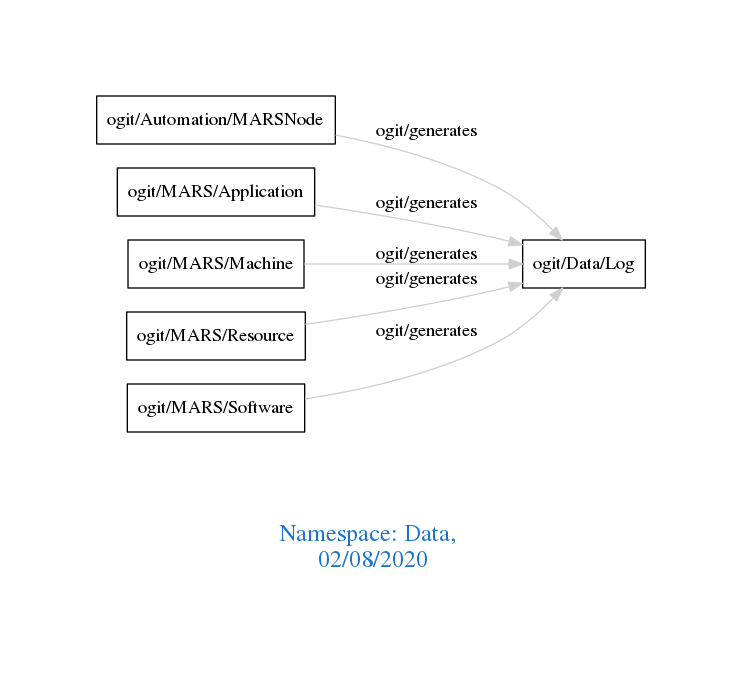
The Graphviz diagram downloads/Data.png in arago/OGIT, before a commit. Its source is kept beside it as downloads/Data.dot.
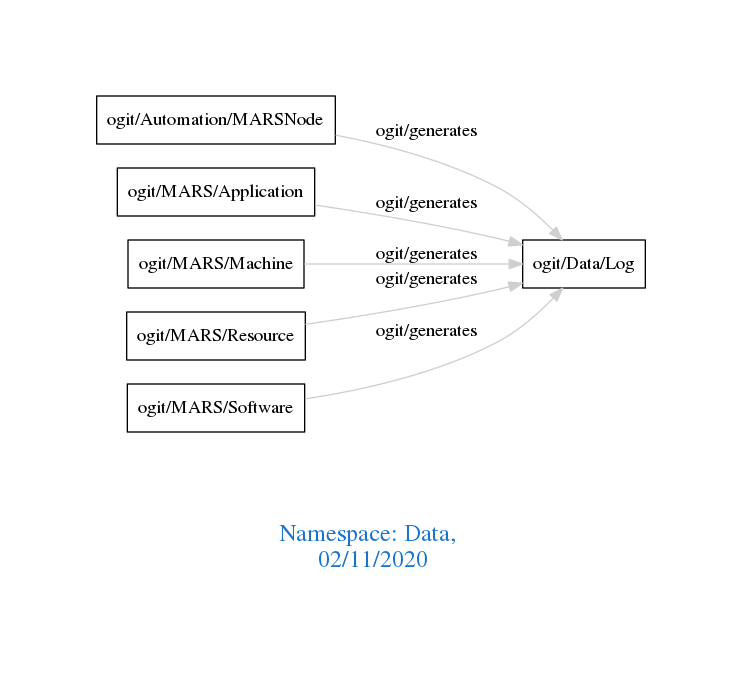
Above is the later version.

What changed in the source:
```diff
@@ -1,7 +1,7 @@
 digraph OGIT_ontology {
  graph [ rankdir= LR,pad=1
 fontsize = 18,
-fontcolor= dodgerblue3,label = "\n\n\nNamespace: Data, \n 02/08/2020"];
+fontcolor= dodgerblue3,label = "\n\n\nNamespace: Data, \n 02/11/2020"];
 node[shape=polygon];
 edge [  color="gray81"];
 
```
